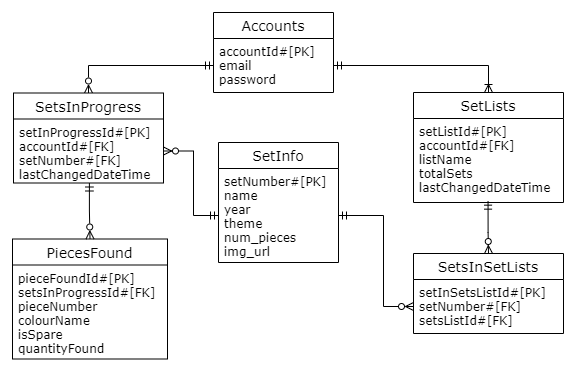
The draw.io diagram Planning/Final ER Class Diagram.png in Dan-R-Booth/Lego-Set-Checklist, before a commit. Source tidied: cells renumbered, new cells last; positions are measured from the earlier drawing's top-left corner, leaving out a move shared by most shapes.
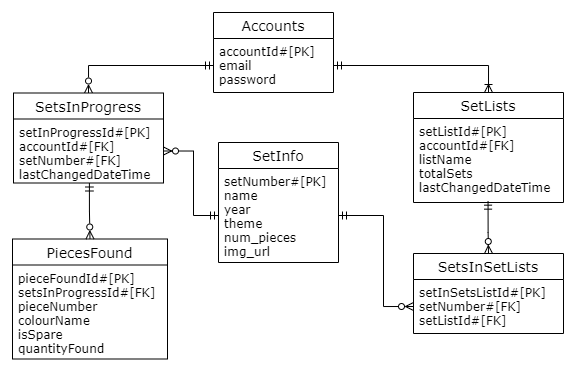
The same diagram one commit later.

Commit message:
Fixed some spelling in final er diagram

What changed in the source:
```diff
@@ -11,7 +11,7 @@
     <mxCell id="4" value="SetsInSetLists" style="swimlane;fontStyle=0;horizontal=1;startSize=26;align=center;fontSize=14;fontFamily=Verdana;" parent="1" vertex="1">
       <mxGeometry x="401" y="241" width="150" height="80" as="geometry" />
     </mxCell>
-    <mxCell id="5" value="setInSetsListId#[PK]&#10;setNumber#[FK]&#10;setsListId#[FK]" style="text;strokeColor=none;fillColor=none;spacingLeft=4;spacingRight=4;overflow=hidden;points=[[0,0.5],[1,0.5]];portConstraint=eastwest;fontSize=12;fontFamily=Verdana;" parent="4" vertex="1">
+    <mxCell id="5" value="setInSetsListId#[PK]&#10;setNumber#[FK]&#10;setListId#[FK]" style="text;strokeColor=none;fillColor=none;spacingLeft=4;spacingRight=4;overflow=hidden;points=[[0,0.5],[1,0.5]];portConstraint=eastwest;fontSize=12;fontFamily=Verdana;" parent="4" vertex="1">
       <mxGeometry y="26" width="150" height="54" as="geometry" />
     </mxCell>
     <mxCell id="6" style="edgeStyle=orthogonalEdgeStyle;rounded=0;jettySize=auto;html=1;exitX=0.5;exitY=0;exitDx=0;exitDy=0;fontFamily=Verdana;startArrow=ERzeroToMany;startFill=0;endArrow=ERmandOne;endFill=0;entryX=0;entryY=0.5;entryDx=0;entryDy=0;" parent="1" edge="1" source="7" target="3">
```
